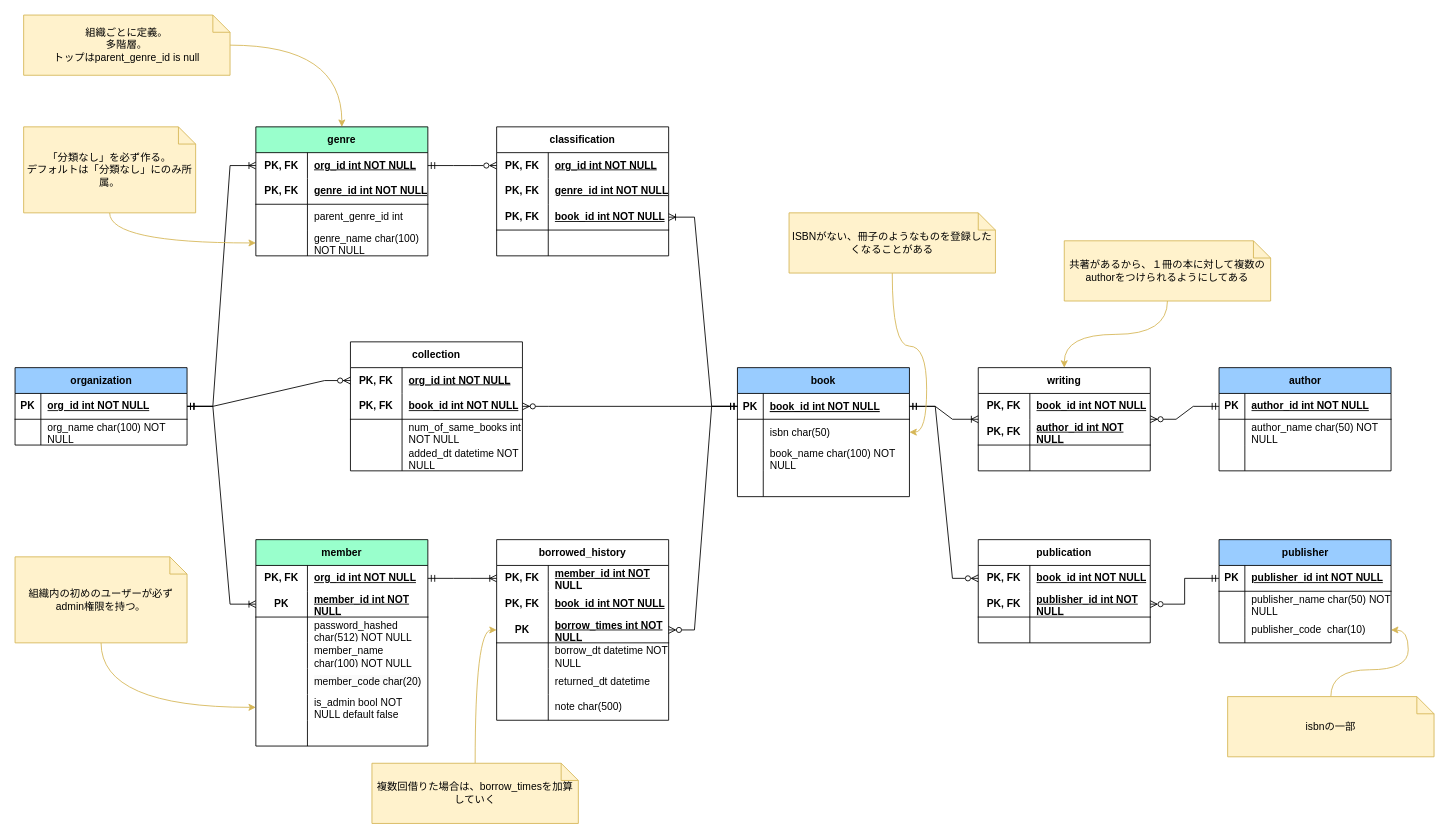
This is doc/er_diagram.drawio from yo16/bookshelf_2023, a draw.io file, before an edit. Source tidied: cells renumbered, new cells numbered last; positions are measured from the earlier drawing's top-left corner, leaving out a move shared by most shapes. Both pictures are drawn from the tidied source at 86%, with x=0, y=0 at pixel (15, 15).
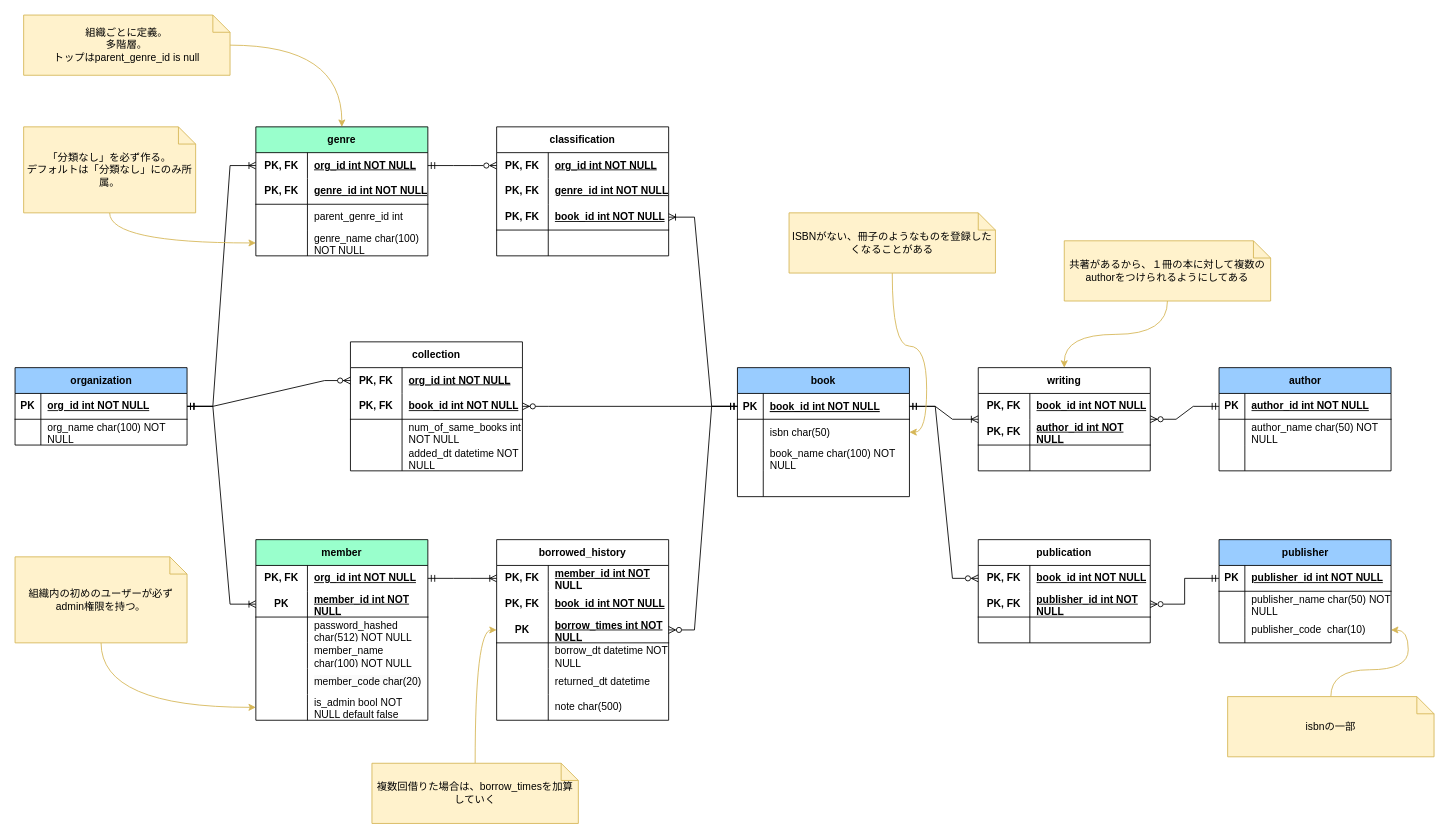
The same page after the edit.

Commit message (it also covers changes not shown here):
add 画面遷移図

Change to the diagram source:
```diff
@@
     <mxCell id="144" value="member" style="shape=table;startSize=30;childLayout=tableLayout;rowLines=0;fontStyle=1;align=center;html=1;whiteSpace=wrap;fillColor=#99FFCC;" parent="1" vertex="1">
-      <mxGeometry x="280" y="610" width="200" height="240" as="geometry" />
+      <mxGeometry x="280" y="610" width="200" height="210" as="geometry" />
     </mxCell>
@@
-    <mxCell id="163" style="shape=tableRow;horizontal=0;startSize=0;swimlaneHead=0;swimlaneBody=0;fillColor=none;top=0;left=0;right=0;bottom=0;html=1;" parent="144" vertex="1">
-      <mxGeometry y="210" width="200" height="30" as="geometry" />
-    </mxCell>
-    <mxCell id="164" style="shape=partialRectangle;fillColor=none;top=0;left=0;bottom=0;right=0;overflow=hidden;html=1;whiteSpace=wrap;" parent="163" vertex="1">
-      <mxGeometry width="60" height="30" as="geometry" />
-    </mxCell>
-    <mxCell id="165" style="shape=partialRectangle;fillColor=none;top=0;left=0;bottom=0;right=0;align=left;spacingLeft=6;overflow=hidden;html=1;whiteSpace=wrap;" parent="163" vertex="1">
-      <mxGeometry x="60" width="140" height="30" as="geometry" />
-    </mxCell>
```
